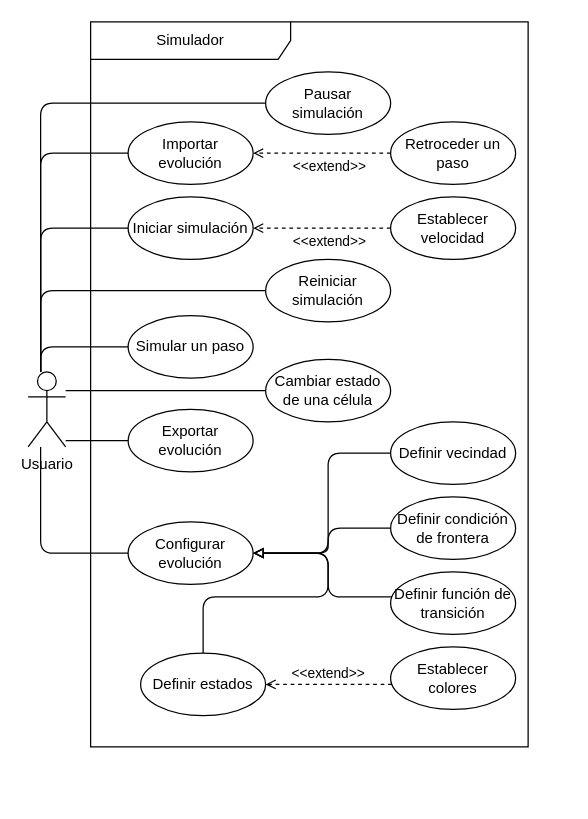
Above: Codigo/GenerateResources/UML_UCD.drawio in JesseAngeles/Automatas-Celulares-Neuronales (draw.io), before the change. Source tidied: cells renumbered, new cells numbered last; positions are measured from the earlier drawing's top-left corner, leaving out a move shared by most shapes. Both pictures are drawn from the tidied source at 125%, with x=0, y=0 at pixel (28, 21).
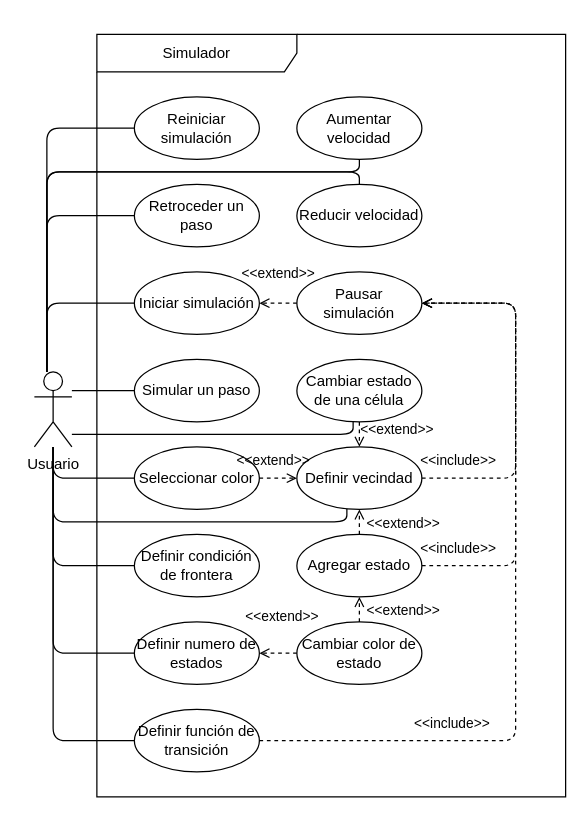
Above is the later version.

Commit message (it also covers changes not shown here):
ECU Definir numero de estados

Diff of the diagram source:
```diff
@@
-    <mxCell id="2" value="Iniciar simulación" style="ellipse;whiteSpace=wrap;html=1;" parent="1" vertex="1">
-      <mxGeometry x="80" y="140" width="100" height="50" as="geometry" />
-    </mxCell>
-    <mxCell id="3" value="Definir vecindad" style="ellipse;whiteSpace=wrap;html=1;" parent="1" vertex="1">
-      <mxGeometry x="290" y="320" width="100" height="50" as="geometry" />
-    </mxCell>
-    <mxCell id="4" value="Definir condición de frontera" style="ellipse;whiteSpace=wrap;html=1;" parent="1" vertex="1">
-      <mxGeometry x="290" y="380" width="100" height="50" as="geometry" />
-    </mxCell>
-    <mxCell id="5" value="Definir función de transición" style="ellipse;whiteSpace=wrap;html=1;" parent="1" vertex="1">
-      <mxGeometry x="290" y="440" width="100" height="50" as="geometry" />
-    </mxCell>
-    <mxCell id="6" value="Importar evolución" style="ellipse;whiteSpace=wrap;html=1;" parent="1" vertex="1">
-      <mxGeometry x="80" y="80" width="100" height="50" as="geometry" />
-    </mxCell>
-    <mxCell id="7" value="Exportar evolución" style="ellipse;whiteSpace=wrap;html=1;" parent="1" vertex="1">
-      <mxGeometry x="80" y="310" width="100" height="50" as="geometry" />
-    </mxCell>
-    <mxCell id="8" value="Pausar simulación" style="ellipse;whiteSpace=wrap;html=1;" parent="1" vertex="1">
-      <mxGeometry x="190" y="40" width="100" height="50" as="geometry" />
-    </mxCell>
-    <mxCell id="9" value="Reiniciar simulación" style="ellipse;whiteSpace=wrap;html=1;" parent="1" vertex="1">
-      <mxGeometry x="190" y="190" width="100" height="50" as="geometry" />
-    </mxCell>
-    <mxCell id="10" value="Establecer velocidad" style="ellipse;whiteSpace=wrap;html=1;" parent="1" vertex="1">
-      <mxGeometry x="290" y="140" width="100" height="50" as="geometry" />
-    </mxCell>
     <mxCell id="11" value="Cambiar estado de una célula" style="ellipse;whiteSpace=wrap;html=1;" parent="1" vertex="1">
-      <mxGeometry x="190" y="270" width="100" height="50" as="geometry" />
+      <mxGeometry x="215" y="270" width="100" height="50" as="geometry" />
     </mxCell>
     <mxCell id="12" style="endArrow=none;html=1;edgeStyle=orthogonalEdgeStyle;" parent="1" edge="1" source="33" target="2">
       <mxGeometry relative="1" as="geometry">
         <Array as="points">
-          <mxPoint x="10" y="165" />
+          <mxPoint x="15" y="225" />
         </Array>
       </mxGeometry>
     </mxCell>
-    <mxCell id="13" style="endArrow=none;html=1;edgeStyle=orthogonalEdgeStyle;" parent="1" edge="1" source="33" target="6">
-      <mxGeometry relative="1" as="geometry">
-        <Array as="points">
-          <mxPoint x="10" y="105" />
-        </Array>
-      </mxGeometry>
-    </mxCell>
-    <mxCell id="14" style="endArrow=none;html=1;edgeStyle=orthogonalEdgeStyle;" parent="1" edge="1" source="33" target="7">
-      <mxGeometry relative="1" as="geometry">
-        <Array as="points">
-          <mxPoint x="70" y="335" />
-          <mxPoint x="70" y="335" />
-        </Array>
-      </mxGeometry>
-    </mxCell>
     <mxCell id="15" value="Simular un paso" style="ellipse;whiteSpace=wrap;html=1;" parent="1" vertex="1">
-      <mxGeometry x="80" y="235" width="100" height="50" as="geometry" />
+      <mxGeometry x="85" y="270" width="100" height="50" as="geometry" />
     </mxCell>
+    <mxCell id="26" value="Definir numero de estados" style="ellipse;whiteSpace=wrap;html=1;" parent="1" vertex="1">
+      <mxGeometry x="85" y="480" width="100" height="50" as="geometry" />
+    </mxCell>
+    <mxCell id="29" value="Simulador" style="shape=umlFrame;whiteSpace=wrap;html=1;width=160;" parent="1" vertex="1">
+      <mxGeometry x="55" y="10" width="375" height="610" as="geometry" />
+    </mxCell>
+    <mxCell id="5" value="Definir función de transición" style="ellipse;whiteSpace=wrap;html=1;" parent="29" vertex="1">
+      <mxGeometry x="30" y="540" width="100" height="50" as="geometry" />
+    </mxCell>
+    <mxCell id="4" value="Definir condición de frontera" style="ellipse;whiteSpace=wrap;html=1;" parent="29" vertex="1">
+      <mxGeometry x="30" y="400" width="100" height="50" as="geometry" />
+    </mxCell>
+    <mxCell id="3" value="Definir vecindad" style="ellipse;whiteSpace=wrap;html=1;" parent="29" vertex="1">
+      <mxGeometry x="160" y="330" width="100" height="50" as="geometry" />
+    </mxCell>
+    <mxCell id="34" value="Agregar estado" style="ellipse;whiteSpace=wrap;html=1;" parent="29" vertex="1">
+      <mxGeometry x="160" y="400" width="100" height="50" as="geometry" />
+    </mxCell>
+    <mxCell id="35" value="&amp;lt;&amp;lt;extend&amp;gt;&amp;gt;" style="html=1;verticalAlign=bottom;labelBackgroundColor=none;endArrow=open;endFill=0;dashed=1;edgeStyle=orthogonalEdgeStyle;" parent="29" edge="1" source="34" target="3">
+      <mxGeometry x="-1" y="-35" relative="1" as="geometry" />
+    </mxCell>
+    <mxCell id="36" value="Cambiar color de estado" style="ellipse;whiteSpace=wrap;html=1;" parent="29" vertex="1">
+      <mxGeometry x="160" y="470" width="100" height="50" as="geometry" />
+    </mxCell>
+    <mxCell id="37" value="&amp;lt;&amp;lt;extend&amp;gt;&amp;gt;" style="html=1;verticalAlign=bottom;labelBackgroundColor=none;endArrow=open;endFill=0;dashed=1;edgeStyle=orthogonalEdgeStyle;" parent="29" edge="1" source="36" target="34">
+      <mxGeometry x="-1" y="-35" relative="1" as="geometry" />
+    </mxCell>
+    <mxCell id="9" value="Reiniciar simulación" style="ellipse;whiteSpace=wrap;html=1;" parent="29" vertex="1">
+      <mxGeometry x="30" y="50" width="100" height="50" as="geometry" />
+    </mxCell>
+    <mxCell id="23" value="Retroceder un paso" style="ellipse;whiteSpace=wrap;html=1;" parent="29" vertex="1">
+      <mxGeometry x="30" y="120" width="100" height="50" as="geometry" />
+    </mxCell>
+    <mxCell id="32" value="Aumentar velocidad" style="ellipse;whiteSpace=wrap;html=1;" parent="29" vertex="1">
+      <mxGeometry x="160" y="50" width="100" height="50" as="geometry" />
+    </mxCell>
+    <mxCell id="38" value="Reducir velocidad" style="ellipse;whiteSpace=wrap;html=1;" parent="29" vertex="1">
+      <mxGeometry x="160" y="120" width="100" height="50" as="geometry" />
+    </mxCell>
+    <mxCell id="2" value="Iniciar simulación" style="ellipse;whiteSpace=wrap;html=1;" parent="29" vertex="1">
+      <mxGeometry x="30" y="190" width="100" height="50" as="geometry" />
+    </mxCell>
+    <mxCell id="8" value="Pausar simulación" style="ellipse;whiteSpace=wrap;html=1;" parent="29" vertex="1">
+      <mxGeometry x="160" y="190" width="100" height="50" as="geometry" />
+    </mxCell>
+    <mxCell id="39" value="&amp;lt;&amp;lt;include&amp;gt;&amp;gt;" style="html=1;verticalAlign=bottom;labelBackgroundColor=none;endArrow=open;endFill=0;dashed=1;edgeStyle=orthogonalEdgeStyle;" parent="29" edge="1" source="5" target="8">
+      <mxGeometry x="-0.51" y="5" relative="1" as="geometry">
+        <Array as="points">
+          <mxPoint x="335" y="565" />
+          <mxPoint x="335" y="215" />
+        </Array>
+      </mxGeometry>
+    </mxCell>
+    <mxCell id="40" value="&amp;lt;&amp;lt;include&amp;gt;&amp;gt;" style="html=1;verticalAlign=bottom;labelBackgroundColor=none;endArrow=open;endFill=0;dashed=1;edgeStyle=orthogonalEdgeStyle;" parent="29" edge="1" source="34" target="8">
+      <mxGeometry x="-0.84" y="5" relative="1" as="geometry">
+        <Array as="points">
+          <mxPoint x="335" y="425" />
+          <mxPoint x="335" y="215" />
+        </Array>
+      </mxGeometry>
+    </mxCell>
+    <mxCell id="41" value="&amp;lt;&amp;lt;include&amp;gt;&amp;gt;" style="html=1;verticalAlign=bottom;labelBackgroundColor=none;endArrow=open;endFill=0;dashed=1;edgeStyle=orthogonalEdgeStyle;" parent="29" edge="1" source="3" target="8">
+      <mxGeometry x="-0.8" y="5" relative="1" as="geometry">
+        <Array as="points">
+          <mxPoint x="335" y="355" />
+          <mxPoint x="335" y="215" />
+        </Array>
+      </mxGeometry>
+    </mxCell>
+    <mxCell id="42" value="&amp;lt;&amp;lt;extend&amp;gt;&amp;gt;" style="html=1;verticalAlign=bottom;labelBackgroundColor=none;endArrow=open;endFill=0;dashed=1;edgeStyle=orthogonalEdgeStyle;" parent="29" edge="1" source="8" target="2">
+      <mxGeometry y="-15" relative="1" as="geometry" />
+    </mxCell>
+    <mxCell id="31" style="endArrow=none;html=1;edgeStyle=orthogonalEdgeStyle;" parent="1" edge="1" source="33" target="9">
+      <mxGeometry relative="1" as="geometry">
+        <Array as="points">
+          <mxPoint x="15" y="85" />
+        </Array>
+      </mxGeometry>
+    </mxCell>
+    <mxCell id="33" value="Usuario" style="shape=umlActor;verticalLabelPosition=bottom;verticalAlign=top;html=1;outlineConnect=0;" parent="1" vertex="1">
+      <mxGeometry x="5" y="280" width="30" height="60" as="geometry" />
+    </mxCell>
+    <mxCell id="43" style="endArrow=none;html=1;edgeStyle=orthogonalEdgeStyle;" parent="1" edge="1" source="33" target="23">
+      <mxGeometry relative="1" as="geometry">
+        <Array as="points">
+          <mxPoint x="15" y="155" />
+        </Array>
+      </mxGeometry>
+    </mxCell>
+    <mxCell id="44" style="endArrow=none;html=1;edgeStyle=orthogonalEdgeStyle;" parent="1" edge="1" source="33" target="38">
+      <mxGeometry relative="1" as="geometry">
+        <Array as="points">
+          <mxPoint x="15" y="120" />
+          <mxPoint x="265" y="120" />
+        </Array>
+      </mxGeometry>
+    </mxCell>
     <mxCell id="16" style="endArrow=none;html=1;edgeStyle=orthogonalEdgeStyle;" parent="1" edge="1" source="33" target="15">
       <mxGeometry relative="1" as="geometry">
         <Array as="points">
-          <mxPoint x="10" y="260" />
+          <mxPoint x="65" y="295" />
+          <mxPoint x="65" y="295" />
         </Array>
       </mxGeometry>
     </mxCell>
-    <mxCell id="17" style="endArrow=block;endFill=0;html=1;strokeWidth=1;edgeStyle=orthogonalEdgeStyle;" parent="1" edge="1" source="3" target="25">
-      <mxGeometry relative="1" as="geometry">
-        <Array as="points">
-          <mxPoint x="240" y="345" />
-          <mxPoint x="240" y="425" />
-        </Array>
-      </mxGeometry>
-    </mxCell>
-    <mxCell id="18" style="endArrow=block;endFill=0;html=1;strokeWidth=1;edgeStyle=orthogonalEdgeStyle;" parent="1" edge="1" source="4" target="25">
-      <mxGeometry relative="1" as="geometry">
-        <Array as="points">
-          <mxPoint x="240" y="405" />
-          <mxPoint x="240" y="425" />
-        </Array>
-      </mxGeometry>
-    </mxCell>
+    <mxCell id="45" style="endArrow=none;html=1;edgeStyle=orthogonalEdgeStyle;" parent="1" edge="1" source="33" target="32">
+      <mxGeometry relative="1" as="geometry">
+        <Array as="points">
+          <mxPoint x="15" y="120" />
+          <mxPoint x="265" y="120" />
+        </Array>
+      </mxGeometry>
+    </mxCell>
+    <mxCell id="46" value="Seleccionar color" style="ellipse;whiteSpace=wrap;html=1;" parent="1" vertex="1">
+      <mxGeometry x="85" y="340" width="100" height="50" as="geometry" />
+    </mxCell>
+    <mxCell id="47" style="endArrow=none;html=1;edgeStyle=orthogonalEdgeStyle;" parent="1" edge="1" source="33" target="46">
+      <mxGeometry relative="1" as="geometry">
+        <Array as="points">
+          <mxPoint x="20" y="365" />
+        </Array>
+      </mxGeometry>
+    </mxCell>
+    <mxCell id="48" style="endArrow=none;html=1;edgeStyle=orthogonalEdgeStyle;" parent="1" edge="1" source="33" target="3">
+      <mxGeometry relative="1" as="geometry">
+        <Array as="points">
+          <mxPoint x="20" y="400" />
+          <mxPoint x="255" y="400" />
+        </Array>
+      </mxGeometry>
+    </mxCell>
+    <mxCell id="49" style="endArrow=none;html=1;edgeStyle=orthogonalEdgeStyle;" parent="1" edge="1" source="33" target="26">
+      <mxGeometry relative="1" as="geometry">
+        <Array as="points">
+          <mxPoint x="20" y="505" />
+        </Array>
+      </mxGeometry>
+    </mxCell>
+    <mxCell id="50" style="endArrow=none;html=1;edgeStyle=orthogonalEdgeStyle;" parent="1" edge="1" source="33" target="5">
+      <mxGeometry relative="1" as="geometry">
+        <Array as="points">
+          <mxPoint x="20" y="575" />
+        </Array>
+      </mxGeometry>
+    </mxCell>
     <mxCell id="19" style="endArrow=none;html=1;edgeStyle=orthogonalEdgeStyle;" parent="1" edge="1" source="33" target="11">
       <mxGeometry relative="1" as="geometry">
         <Array as="points">
-          <mxPoint x="120" y="295" />
-          <mxPoint x="120" y="295" />
+          <mxPoint x="260" y="330" />
         </Array>
       </mxGeometry>
     </mxCell>
-    <mxCell id="20" value="Establecer colores" style="ellipse;whiteSpace=wrap;html=1;" parent="1" vertex="1">
-      <mxGeometry x="290" y="500" width="100" height="50" as="geometry" />
-    </mxCell>
-    <mxCell id="21" value="&amp;lt;&amp;lt;extend&amp;gt;&amp;gt;" style="html=1;verticalAlign=bottom;labelBackgroundColor=none;endArrow=open;endFill=0;dashed=1;edgeStyle=orthogonalEdgeStyle;" parent="1" edge="1" source="20" target="26">
-      <mxGeometry relative="1" as="geometry">
-        <Array as="points">
-          <mxPoint x="240" y="530" />
-          <mxPoint x="240" y="530" />
-        </Array>
-      </mxGeometry>
-    </mxCell>
-    <mxCell id="22" value="&amp;lt;&amp;lt;extend&amp;gt;&amp;gt;" style="html=1;verticalAlign=bottom;labelBackgroundColor=none;endArrow=open;endFill=0;dashed=1;edgeStyle=orthogonalEdgeStyle;" parent="1" edge="1" source="23" target="6">
-      <mxGeometry x="-0.11" y="20" relative="1" as="geometry">
-        <Array as="points">
-          <mxPoint x="240" y="105" />
-          <mxPoint x="240" y="105" />
-        </Array>
-      </mxGeometry>
-    </mxCell>
-    <mxCell id="23" value="Retroceder un paso" style="ellipse;whiteSpace=wrap;html=1;" parent="1" vertex="1">
-      <mxGeometry x="290" y="80" width="100" height="50" as="geometry" />
-    </mxCell>
-    <mxCell id="24" style="endArrow=none;html=1;edgeStyle=orthogonalEdgeStyle;" parent="1" edge="1" source="33" target="25">
-      <mxGeometry relative="1" as="geometry">
-        <Array as="points">
-          <mxPoint x="10" y="425" />
-        </Array>
-      </mxGeometry>
-    </mxCell>
-    <mxCell id="25" value="Configurar evolución" style="ellipse;whiteSpace=wrap;html=1;" parent="1" vertex="1">
-      <mxGeometry x="80" y="400" width="100" height="50" as="geometry" />
-    </mxCell>
-    <mxCell id="26" value="Definir estados" style="ellipse;whiteSpace=wrap;html=1;" parent="1" vertex="1">
-      <mxGeometry x="90" y="505" width="100" height="50" as="geometry" />
-    </mxCell>
-    <mxCell id="27" style="endArrow=block;endFill=0;html=1;strokeWidth=1;edgeStyle=orthogonalEdgeStyle;" parent="1" edge="1" source="26" target="25">
-      <mxGeometry relative="1" as="geometry">
-        <Array as="points">
-          <mxPoint x="140" y="460" />
-          <mxPoint x="240" y="460" />
-          <mxPoint x="240" y="425" />
-        </Array>
-      </mxGeometry>
-    </mxCell>
-    <mxCell id="28" style="endArrow=block;endFill=0;html=1;strokeWidth=1;edgeStyle=orthogonalEdgeStyle;" parent="1" edge="1" source="5" target="25">
-      <mxGeometry relative="1" as="geometry">
-        <Array as="points">
-          <mxPoint x="240" y="460" />
-          <mxPoint x="240" y="425" />
-        </Array>
-      </mxGeometry>
-    </mxCell>
-    <mxCell id="29" value="Simulador" style="shape=umlFrame;whiteSpace=wrap;html=1;width=160;" parent="1" vertex="1">
-      <mxGeometry x="50" width="350" height="580" as="geometry" />
-    </mxCell>
-    <mxCell id="30" style="endArrow=none;html=1;edgeStyle=orthogonalEdgeStyle;" parent="1" edge="1" source="33" target="8">
-      <mxGeometry relative="1" as="geometry">
-        <Array as="points">
-          <mxPoint x="10" y="65" />
-        </Array>
-      </mxGeometry>
-    </mxCell>
-    <mxCell id="31" style="endArrow=none;html=1;edgeStyle=orthogonalEdgeStyle;" parent="1" edge="1" source="33" target="9">
-      <mxGeometry relative="1" as="geometry">
-        <Array as="points">
-          <mxPoint x="10" y="215" />
-        </Array>
-      </mxGeometry>
-    </mxCell>
-    <mxCell id="32" value="&amp;lt;&amp;lt;extend&amp;gt;&amp;gt;" style="html=1;verticalAlign=bottom;labelBackgroundColor=none;endArrow=open;endFill=0;dashed=1;edgeStyle=orthogonalEdgeStyle;" parent="1" edge="1" source="10" target="2">
-      <mxGeometry x="-0.11" y="20" relative="1" as="geometry">
-        <Array as="points">
-          <mxPoint x="230" y="165" />
-          <mxPoint x="230" y="165" />
-        </Array>
-      </mxGeometry>
-    </mxCell>
-    <mxCell id="33" value="Usuario" style="shape=umlActor;verticalLabelPosition=bottom;verticalAlign=top;html=1;outlineConnect=0;" parent="1" vertex="1">
-      <mxGeometry y="280" width="30" height="60" as="geometry" />
-    </mxCell>
+    <mxCell id="51" value="&amp;lt;&amp;lt;extend&amp;gt;&amp;gt;" style="html=1;verticalAlign=bottom;labelBackgroundColor=none;endArrow=open;endFill=0;dashed=1;edgeStyle=orthogonalEdgeStyle;" parent="1" edge="1" source="46" target="3">
+      <mxGeometry x="-0.28" y="5" relative="1" as="geometry" />
+    </mxCell>
+    <mxCell id="52" value="&amp;lt;&amp;lt;extend&amp;gt;&amp;gt;" style="html=1;verticalAlign=bottom;labelBackgroundColor=none;endArrow=open;endFill=0;dashed=1;edgeStyle=orthogonalEdgeStyle;" parent="1" edge="1" source="11" target="3">
+      <mxGeometry x="0.54" y="30" relative="1" as="geometry">
+        <Array as="points">
+          <mxPoint x="280" y="360" />
+          <mxPoint x="280" y="360" />
+        </Array>
+      </mxGeometry>
+    </mxCell>
+    <mxCell id="53" value="&amp;lt;&amp;lt;extend&amp;gt;&amp;gt;" style="html=1;verticalAlign=bottom;labelBackgroundColor=none;endArrow=open;endFill=0;dashed=1;edgeStyle=orthogonalEdgeStyle;" parent="1" edge="1" source="36" target="26">
+      <mxGeometry x="-0.2" y="-20" relative="1" as="geometry">
+        <Array as="points">
+          <mxPoint x="230" y="505" />
+          <mxPoint x="230" y="505" />
+        </Array>
+      </mxGeometry>
+    </mxCell>
+    <mxCell id="54" style="endArrow=none;html=1;edgeStyle=orthogonalEdgeStyle;" parent="1" edge="1" source="33" target="4">
+      <mxGeometry relative="1" as="geometry">
+        <Array as="points">
+          <mxPoint x="20" y="435" />
+        </Array>
+      </mxGeometry>
+    </mxCell>
```
